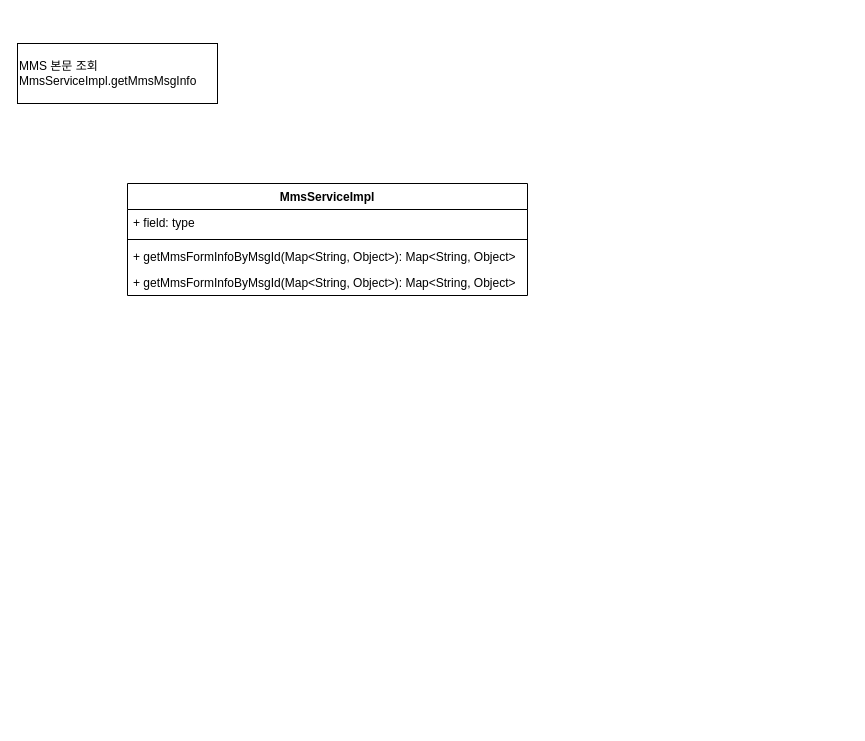
The draw.io diagram pointhub_MMS_발송.drawio in latemorning/sichuan, before the edit. Source tidied: cells renumbered, new cells numbered last; positions are measured from the earlier drawing's top-left corner, leaving out a move shared by most shapes. Both pictures are drawn from the tidied source at 100%, with x=0, y=0 at pixel (17, 43).
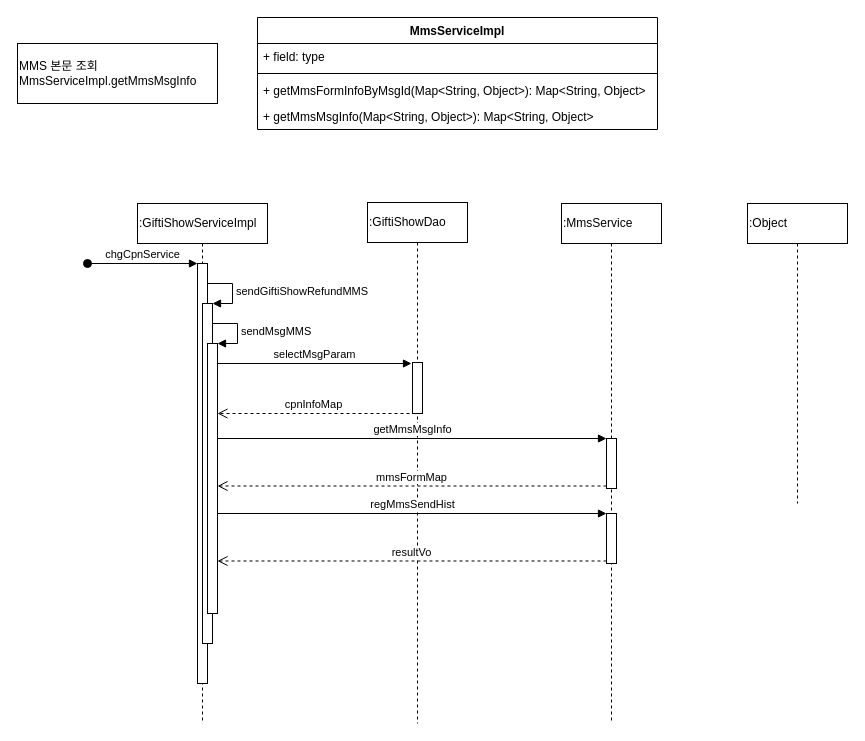
The same diagram, later.

Diff of the diagram source:
```diff
@@
     <mxCell id="3" value="MmsServiceImpl" style="swimlane;fontStyle=1;align=center;verticalAlign=top;horizontal=1;startSize=26;" parent="1" vertex="1">
-      <mxGeometry x="110" y="140" width="400" height="112" as="geometry" />
+      <mxGeometry x="240" y="-26" width="400" height="112" as="geometry" />
     </mxCell>
@@
-    <mxCell id="7" value="+ getMmsFormInfoByMsgId(Map&lt;String, Object&gt;): Map&lt;String, Object&gt;" style="text;strokeColor=none;fillColor=none;align=left;verticalAlign=top;spacingLeft=4;spacingRight=4;overflow=hidden;" parent="3" vertex="1">
+    <mxCell id="7" value="+ getMmsMsgInfo(Map&lt;String, Object&gt;): Map&lt;String, Object&gt;" style="text;strokeColor=none;fillColor=none;align=left;verticalAlign=top;spacingLeft=4;spacingRight=4;overflow=hidden;" parent="3" vertex="1">
       <mxGeometry y="86" width="400" height="26" as="geometry" />
     </mxCell>
+    <mxCell id="8" value=":GiftiShowServiceImpl" style="shape=umlLifeline;perimeter=lifelinePerimeter;whiteSpace=wrap;html=1;align=left;" parent="1" vertex="1">
+      <mxGeometry x="120" y="160" width="130" height="520" as="geometry" />
+    </mxCell>
+    <mxCell id="9" style="html=1;points=[];perimeter=orthogonalPerimeter;align=left;" parent="8" vertex="1">
+      <mxGeometry x="60" y="60" width="10" height="420" as="geometry" />
+    </mxCell>
+    <mxCell id="10" value="chgCpnService" style="html=1;verticalAlign=bottom;startArrow=oval;endArrow=block;startSize=8;" parent="8" edge="1" target="9">
+      <mxGeometry relative="1" as="geometry">
+        <mxPoint x="-50" y="60" as="sourcePoint" />
+      </mxGeometry>
+    </mxCell>
+    <mxCell id="11" style="html=1;points=[];perimeter=orthogonalPerimeter;align=left;" parent="8" vertex="1">
+      <mxGeometry x="65" y="100" width="10" height="340" as="geometry" />
+    </mxCell>
+    <mxCell id="12" value="sendGiftiShowRefundMMS" style="edgeStyle=orthogonalEdgeStyle;html=1;align=left;spacingLeft=2;endArrow=block;rounded=0;entryX=1;entryY=0;" parent="8" edge="1" target="11">
+      <mxGeometry relative="1" as="geometry">
+        <mxPoint x="70" y="80" as="sourcePoint" />
+        <Array as="points">
+          <mxPoint x="95" y="80" />
+        </Array>
+      </mxGeometry>
+    </mxCell>
+    <mxCell id="13" style="html=1;points=[];perimeter=orthogonalPerimeter;align=left;" parent="8" vertex="1">
+      <mxGeometry x="70" y="140" width="10" height="270" as="geometry" />
+    </mxCell>
+    <mxCell id="14" value="sendMsgMMS" style="edgeStyle=orthogonalEdgeStyle;html=1;align=left;spacingLeft=2;endArrow=block;rounded=0;entryX=1;entryY=0;" parent="1" edge="1" target="13">
+      <mxGeometry relative="1" as="geometry">
+        <mxPoint x="195" y="280" as="sourcePoint" />
+        <Array as="points">
+          <mxPoint x="220" y="280" />
+        </Array>
+      </mxGeometry>
+    </mxCell>
+    <mxCell id="15" value=":GiftiShowDao" style="shape=umlLifeline;perimeter=lifelinePerimeter;whiteSpace=wrap;html=1;align=left;" parent="1" vertex="1">
+      <mxGeometry x="350" y="159" width="100" height="521" as="geometry" />
+    </mxCell>
+    <mxCell id="16" style="html=1;perimeter=orthogonalPerimeter;align=left;" parent="15" vertex="1">
+      <mxGeometry x="45" y="160" width="10" height="51" as="geometry" />
+    </mxCell>
+    <mxCell id="17" value="selectMsgParam" style="html=1;verticalAlign=bottom;endArrow=block;" parent="1" edge="1" source="13">
+      <mxGeometry relative="1" as="geometry">
+        <mxPoint x="394" y="320" as="targetPoint" />
+      </mxGeometry>
+    </mxCell>
+    <mxCell id="18" value="cpnInfoMap" style="html=1;verticalAlign=bottom;endArrow=open;dashed=1;endSize=8;" parent="1" edge="1" target="13">
+      <mxGeometry relative="1" as="geometry">
+        <mxPoint x="392" y="370" as="sourcePoint" />
+      </mxGeometry>
+    </mxCell>
+    <mxCell id="19" value=":MmsService" style="shape=umlLifeline;perimeter=lifelinePerimeter;whiteSpace=wrap;html=1;align=left;" parent="1" vertex="1">
+      <mxGeometry x="544" y="160" width="100" height="520" as="geometry" />
+    </mxCell>
+    <mxCell id="20" style="html=1;points=[];perimeter=orthogonalPerimeter;align=left;" parent="19" vertex="1">
+      <mxGeometry x="45" y="235" width="10" height="50" as="geometry" />
+    </mxCell>
+    <mxCell id="21" style="html=1;points=[];perimeter=orthogonalPerimeter;align=left;" parent="19" vertex="1">
+      <mxGeometry x="45" y="310" width="10" height="50" as="geometry" />
+    </mxCell>
+    <mxCell id="22" value="getMmsMsgInfo" style="html=1;verticalAlign=bottom;endArrow=block;entryX=0;entryY=0;" parent="1" edge="1" source="13" target="20">
+      <mxGeometry relative="1" as="geometry" />
+    </mxCell>
+    <mxCell id="23" value="mmsFormMap" style="html=1;verticalAlign=bottom;endArrow=open;dashed=1;endSize=8;exitX=0;exitY=0.95;" parent="1" edge="1" source="20" target="13">
+      <mxGeometry relative="1" as="geometry" />
+    </mxCell>
+    <mxCell id="24" value="regMmsSendHist" style="html=1;verticalAlign=bottom;endArrow=block;entryX=0;entryY=0;" parent="1" edge="1" target="21">
+      <mxGeometry relative="1" as="geometry">
+        <mxPoint x="200" y="470" as="sourcePoint" />
+      </mxGeometry>
+    </mxCell>
+    <mxCell id="25" value="resultVo" style="html=1;verticalAlign=bottom;endArrow=open;dashed=1;endSize=8;exitX=0;exitY=0.95;" parent="1" edge="1" source="21">
+      <mxGeometry relative="1" as="geometry">
+        <mxPoint x="200" y="517.5" as="targetPoint" />
+      </mxGeometry>
+    </mxCell>
+    <mxCell id="26" value=":Object" style="shape=umlLifeline;perimeter=lifelinePerimeter;whiteSpace=wrap;html=1;align=left;" parent="1" vertex="1">
+      <mxGeometry x="730" y="160" width="100" height="300" as="geometry" />
+    </mxCell>
```
